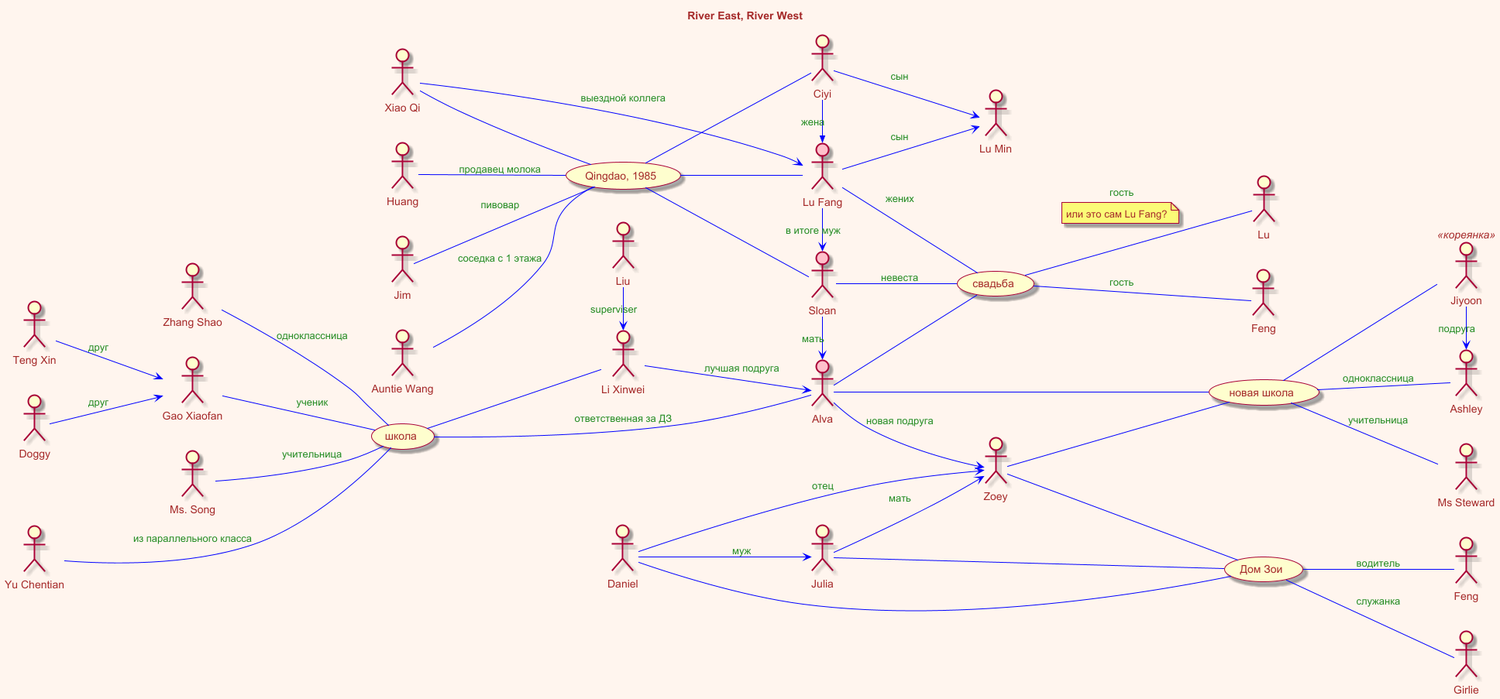
olek3/reading keeps this PlantUML diagram as River East, River West/river-River_East__River_West.png. Above is the earlier version.
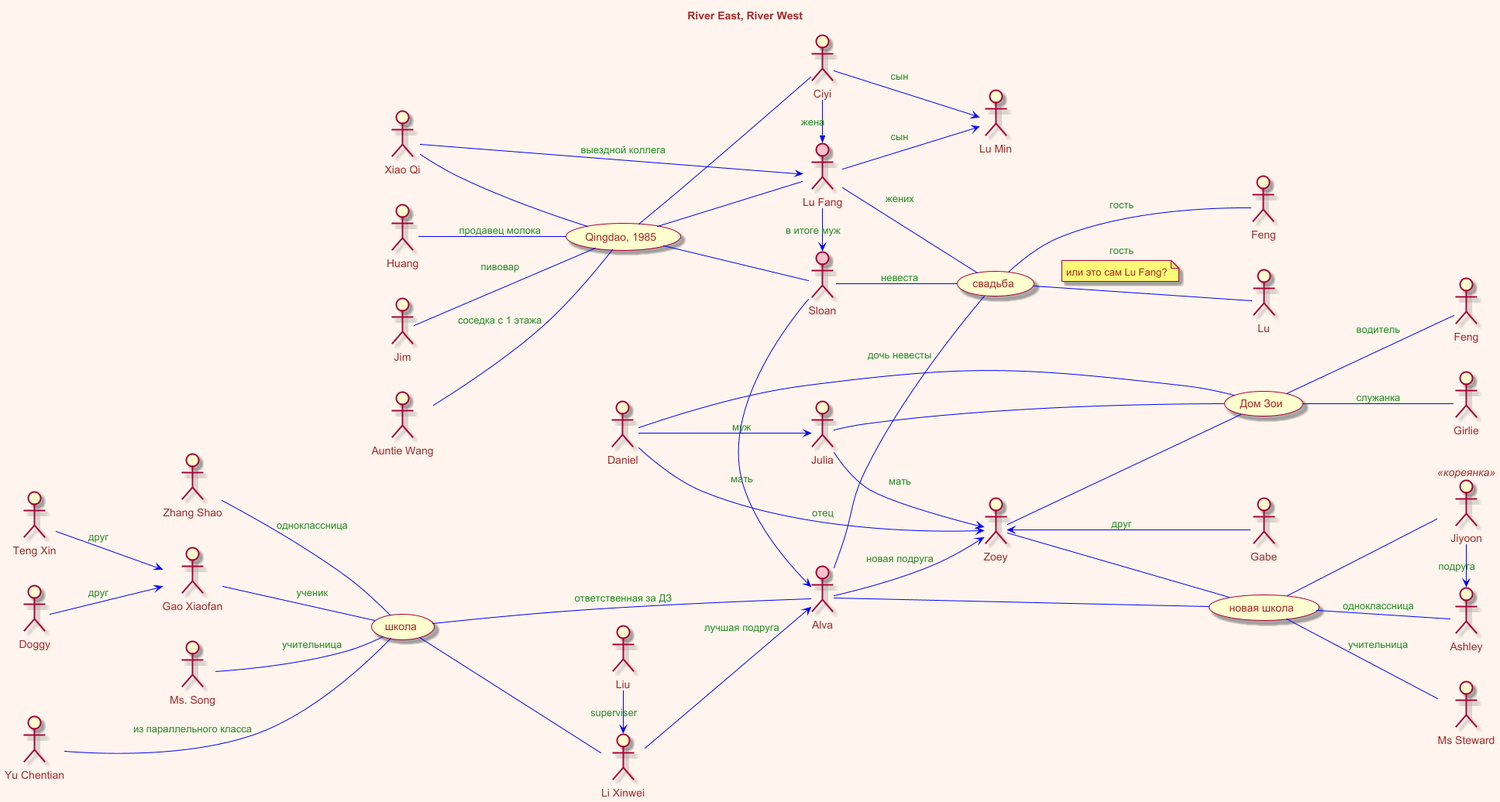
The same diagram one commit later.

Commit message:
Гейб - друг Зои

Change to the diagram source:
```diff
@@ -26,7 +26,7 @@
 
 Fang -- (свадьба) : жених
 Sloan -- (свадьба) : невеста
-Alva -- (свадьба)
+Alva -- (свадьба) : дочь невесты
 
 
 (свадьба) -- :Feng: : гость
@@ -137,4 +137,8 @@
 Daniel --> Zoey : отец
 Daniel --> Julia : муж
 
+:Gabe: as Gabe
+
+Zoey <-- Gabe : друг
+
 @enduml
```
